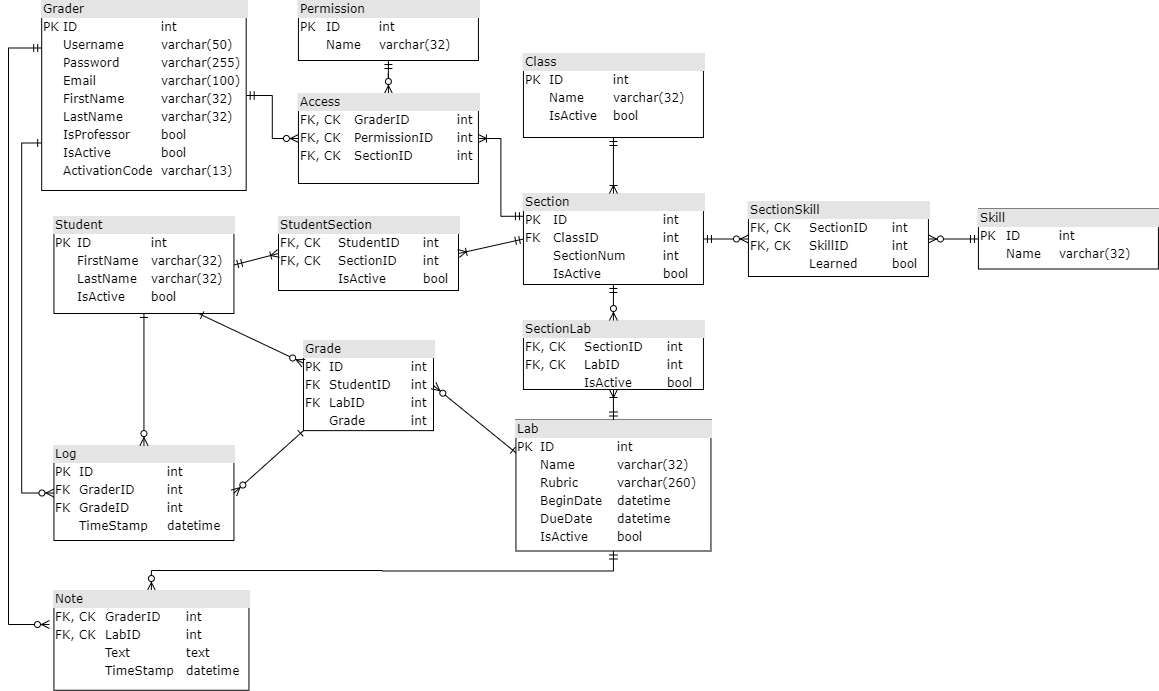
larissaford/Agile-Experience-5 keeps this draw.io diagram as Database Schema and Scripts/SIGradingToolDatabaseDiagram.png. Above is the earlier version. Source tidied: cells renumbered, new cells last; positions are measured from the earlier drawing's top-left corner, leaving out a move shared by most shapes.
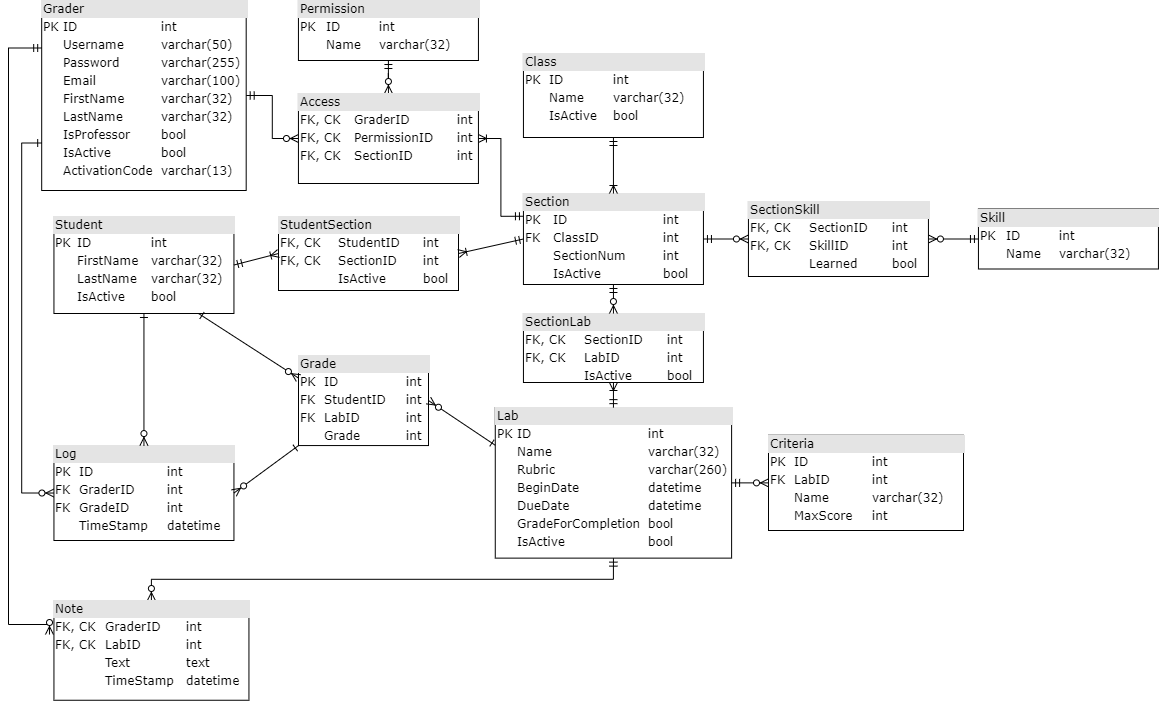
Later version of the same file.

Commit message:
Added to database schema and related files

The edit, as a diff of the source:
```diff
@@ -29,8 +29,8 @@
     <mxCell id="10" style="edgeStyle=orthogonalEdgeStyle;rounded=0;jettySize=auto;html=1;exitX=0.5;exitY=1;exitDx=0;exitDy=0;startArrow=ERmandOne;startFill=0;endArrow=ERzeroToMany;endFill=1;" parent="1" edge="1" source="11" target="13">
       <mxGeometry relative="1" as="geometry" />
     </mxCell>
-    <mxCell id="11" value="&lt;div style=&quot;box-sizing: border-box ; width: 100% ; background: #e4e4e4 ; padding: 2px&quot;&gt;Lab&lt;/div&gt;&lt;table style=&quot;width: 100% ; font-size: 1em&quot; cellpadding=&quot;2&quot; cellspacing=&quot;0&quot;&gt;&lt;tbody&gt;&lt;tr&gt;&lt;td&gt;PK&lt;/td&gt;&lt;td&gt;ID&lt;/td&gt;&lt;td&gt;int&lt;/td&gt;&lt;/tr&gt;&lt;tr&gt;&lt;td&gt;&lt;br&gt;&lt;/td&gt;&lt;td&gt;Name&lt;/td&gt;&lt;td&gt;varchar(32)&lt;/td&gt;&lt;/tr&gt;&lt;tr&gt;&lt;td&gt;&lt;br&gt;&lt;/td&gt;&lt;td&gt;Rubric&lt;/td&gt;&lt;td&gt;varchar(260)&lt;/td&gt;&lt;/tr&gt;&lt;tr&gt;&lt;td&gt;&lt;br&gt;&lt;/td&gt;&lt;td&gt;BeginDate&lt;/td&gt;&lt;td&gt;datetime&lt;/td&gt;&lt;/tr&gt;&lt;tr&gt;&lt;td&gt;&lt;br&gt;&lt;/td&gt;&lt;td&gt;DueDate&lt;/td&gt;&lt;td&gt;datetime&lt;/td&gt;&lt;/tr&gt;&lt;tr&gt;&lt;td&gt;&lt;br&gt;&lt;/td&gt;&lt;td&gt;IsActive&lt;/td&gt;&lt;td&gt;bool&lt;/td&gt;&lt;/tr&gt;&lt;/tbody&gt;&lt;/table&gt;" style="verticalAlign=top;align=left;overflow=fill;html=1;rounded=0;shadow=0;comic=0;labelBackgroundColor=none;strokeWidth=1;fontFamily=Verdana;fontSize=12;" parent="1" vertex="1">
-      <mxGeometry x="507.4" y="419.5" width="195" height="131" as="geometry" />
+    <mxCell id="11" value="&lt;div style=&quot;box-sizing: border-box ; width: 100% ; background: #e4e4e4 ; padding: 2px&quot;&gt;Lab&lt;/div&gt;&lt;table style=&quot;width: 100% ; font-size: 1em&quot; cellpadding=&quot;2&quot; cellspacing=&quot;0&quot;&gt;&lt;tbody&gt;&lt;tr&gt;&lt;td&gt;PK&lt;/td&gt;&lt;td&gt;ID&lt;/td&gt;&lt;td&gt;int&lt;/td&gt;&lt;/tr&gt;&lt;tr&gt;&lt;td&gt;&lt;br&gt;&lt;/td&gt;&lt;td&gt;Name&lt;/td&gt;&lt;td&gt;varchar(32)&lt;/td&gt;&lt;/tr&gt;&lt;tr&gt;&lt;td&gt;&lt;br&gt;&lt;/td&gt;&lt;td&gt;Rubric&lt;/td&gt;&lt;td&gt;varchar(260)&lt;/td&gt;&lt;/tr&gt;&lt;tr&gt;&lt;td&gt;&lt;br&gt;&lt;/td&gt;&lt;td&gt;BeginDate&lt;/td&gt;&lt;td&gt;datetime&lt;/td&gt;&lt;/tr&gt;&lt;tr&gt;&lt;td&gt;&lt;br&gt;&lt;/td&gt;&lt;td&gt;DueDate&lt;/td&gt;&lt;td&gt;datetime&lt;/td&gt;&lt;/tr&gt;&lt;tr&gt;&lt;td&gt;&lt;br&gt;&lt;/td&gt;&lt;td&gt;GradeForCompletion&lt;/td&gt;&lt;td&gt;bool&lt;/td&gt;&lt;/tr&gt;&lt;tr&gt;&lt;td&gt;&lt;br&gt;&lt;/td&gt;&lt;td&gt;IsActive&lt;/td&gt;&lt;td&gt;bool&lt;/td&gt;&lt;/tr&gt;&lt;/tbody&gt;&lt;/table&gt;" style="verticalAlign=top;align=left;overflow=fill;html=1;rounded=0;shadow=0;comic=0;labelBackgroundColor=none;strokeWidth=1;fontFamily=Verdana;fontSize=12;" parent="1" vertex="1">
+      <mxGeometry x="486.8" y="407.1" width="236.3" height="150.5" as="geometry" />
     </mxCell>
     <mxCell id="12" style="edgeStyle=orthogonalEdgeStyle;rounded=0;jettySize=auto;html=1;startArrow=ERzeroToMany;startFill=1;endArrow=ERmandOne;endFill=0;entryX=0;entryY=0.25;entryDx=0;entryDy=0;exitX=-0.023;exitY=0.341;exitDx=0;exitDy=0;exitPerimeter=0;" parent="1" edge="1" source="13" target="7">
       <mxGeometry relative="1" as="geometry">
@@ -41,10 +41,10 @@
       </mxGeometry>
     </mxCell>
     <mxCell id="13" value="&lt;div style=&quot;box-sizing: border-box ; width: 100% ; background: #e4e4e4 ; padding: 2px&quot;&gt;Note&lt;/div&gt;&lt;table style=&quot;width: 100% ; font-size: 1em&quot; cellpadding=&quot;2&quot; cellspacing=&quot;0&quot;&gt;&lt;tbody&gt;&lt;tr&gt;&lt;td&gt;FK, CK&lt;/td&gt;&lt;td&gt;GraderID&lt;/td&gt;&lt;td&gt;int&lt;/td&gt;&lt;/tr&gt;&lt;tr&gt;&lt;td&gt;FK, CK&lt;/td&gt;&lt;td&gt;LabID&lt;/td&gt;&lt;td&gt;int&lt;/td&gt;&lt;/tr&gt;&lt;tr&gt;&lt;td&gt;&lt;br&gt;&lt;/td&gt;&lt;td&gt;Text&lt;/td&gt;&lt;td&gt;text&lt;/td&gt;&lt;/tr&gt;&lt;tr&gt;&lt;td&gt;&lt;br&gt;&lt;/td&gt;&lt;td&gt;TimeStamp&lt;/td&gt;&lt;td&gt;datetime&lt;/td&gt;&lt;/tr&gt;&lt;/tbody&gt;&lt;/table&gt;" style="verticalAlign=top;align=left;overflow=fill;html=1;rounded=0;shadow=0;comic=0;labelBackgroundColor=none;strokeWidth=1;fontFamily=Verdana;fontSize=12;" parent="1" vertex="1">
-      <mxGeometry x="45.4" y="590" width="195" height="99.8" as="geometry" />
+      <mxGeometry x="45.4" y="600" width="195" height="99.8" as="geometry" />
     </mxCell>
     <mxCell id="14" value="&lt;div style=&quot;box-sizing: border-box ; width: 100% ; background: #e4e4e4 ; padding: 2px&quot;&gt;SectionLab&lt;/div&gt;&lt;table style=&quot;width: 100% ; font-size: 1em&quot; cellpadding=&quot;2&quot; cellspacing=&quot;0&quot;&gt;&lt;tbody&gt;&lt;tr&gt;&lt;td&gt;FK, CK&lt;/td&gt;&lt;td&gt;SectionID&lt;/td&gt;&lt;td&gt;int&lt;/td&gt;&lt;/tr&gt;&lt;tr&gt;&lt;td&gt;FK, CK&lt;/td&gt;&lt;td&gt;LabID&lt;/td&gt;&lt;td&gt;int&lt;/td&gt;&lt;/tr&gt;&lt;tr&gt;&lt;td&gt;&lt;br&gt;&lt;/td&gt;&lt;td&gt;IsActive&lt;/td&gt;&lt;td&gt;bool&lt;/td&gt;&lt;/tr&gt;&lt;/tbody&gt;&lt;/table&gt;" style="verticalAlign=top;align=left;overflow=fill;html=1;rounded=0;shadow=0;comic=0;labelBackgroundColor=none;strokeWidth=1;fontFamily=Verdana;fontSize=12;" parent="1" vertex="1">
-      <mxGeometry x="514.9" y="320" width="180" height="69" as="geometry" />
+      <mxGeometry x="514.9" y="313" width="180" height="69" as="geometry" />
     </mxCell>
     <mxCell id="15" style="endArrow=ERmandOne;startArrow=ERzeroToMany;html=1;startFill=1;endFill=0;exitX=0.5;exitY=0;exitDx=0;exitDy=0;entryX=0.5;entryY=1;entryDx=0;entryDy=0;" parent="1" edge="1" source="14" target="4">
       <mxGeometry relative="1" as="geometry" />
@@ -92,7 +92,7 @@
       <mxGeometry x="289.9" y="93" width="180" height="90" as="geometry" />
     </mxCell>
     <mxCell id="30" value="&lt;div style=&quot;box-sizing: border-box ; width: 100% ; background: #e4e4e4 ; padding: 2px&quot;&gt;Grade&lt;/div&gt;&lt;table style=&quot;width: 100% ; font-size: 1em&quot; cellpadding=&quot;2&quot; cellspacing=&quot;0&quot;&gt;&lt;tbody&gt;&lt;tr&gt;&lt;td&gt;PK&lt;/td&gt;&lt;td&gt;ID&lt;/td&gt;&lt;td&gt;int&lt;/td&gt;&lt;/tr&gt;&lt;tr&gt;&lt;td&gt;FK&lt;/td&gt;&lt;td&gt;StudentID&lt;/td&gt;&lt;td&gt;int&lt;/td&gt;&lt;/tr&gt;&lt;tr&gt;&lt;td&gt;FK&lt;/td&gt;&lt;td&gt;LabID&lt;/td&gt;&lt;td&gt;int&lt;/td&gt;&lt;/tr&gt;&lt;tr&gt;&lt;td&gt;&lt;br&gt;&lt;/td&gt;&lt;td&gt;Grade&lt;/td&gt;&lt;td&gt;int&lt;/td&gt;&lt;/tr&gt;&lt;/tbody&gt;&lt;/table&gt;" style="verticalAlign=top;align=left;overflow=fill;html=1;rounded=0;shadow=0;comic=0;labelBackgroundColor=none;strokeWidth=1;fontFamily=Verdana;fontSize=12;" parent="1" vertex="1">
-      <mxGeometry x="295" y="340.1" width="130" height="90" as="geometry" />
+      <mxGeometry x="290" y="355.1" width="130" height="90" as="geometry" />
     </mxCell>
     <mxCell id="31" style="endArrow=ERzeroToMany;startArrow=ERone;html=1;startFill=0;endFill=1;exitX=0;exitY=0.25;exitDx=0;exitDy=0;entryX=1;entryY=0.5;entryDx=0;entryDy=0;" parent="1" edge="1" source="11" target="30">
       <mxGeometry relative="1" as="geometry" />
@@ -102,5 +102,11 @@
         <mxPoint x="190" y="313" as="sourcePoint" />
       </mxGeometry>
     </mxCell>
+    <mxCell id="33" value="&lt;div style=&quot;box-sizing: border-box ; width: 100% ; background: #e4e4e4 ; padding: 2px&quot;&gt;Criteria&lt;/div&gt;&lt;table style=&quot;width: 100% ; font-size: 1em&quot; cellpadding=&quot;2&quot; cellspacing=&quot;0&quot;&gt;&lt;tbody&gt;&lt;tr&gt;&lt;td&gt;PK&lt;/td&gt;&lt;td&gt;ID&lt;/td&gt;&lt;td&gt;int&lt;/td&gt;&lt;/tr&gt;&lt;tr&gt;&lt;td&gt;FK&lt;/td&gt;&lt;td&gt;LabID&lt;/td&gt;&lt;td&gt;int&lt;/td&gt;&lt;/tr&gt;&lt;tr&gt;&lt;td&gt;&lt;br&gt;&lt;/td&gt;&lt;td&gt;Name&lt;/td&gt;&lt;td&gt;varchar(32)&lt;/td&gt;&lt;/tr&gt;&lt;tr&gt;&lt;td&gt;&lt;br&gt;&lt;/td&gt;&lt;td&gt;MaxScore&lt;/td&gt;&lt;td&gt;int&lt;/td&gt;&lt;/tr&gt;&lt;/tbody&gt;&lt;/table&gt;" style="verticalAlign=top;align=left;overflow=fill;html=1;rounded=0;shadow=0;comic=0;labelBackgroundColor=none;strokeWidth=1;fontFamily=Verdana;fontSize=12;" parent="1" vertex="1">
+      <mxGeometry x="760" y="434.8" width="195" height="95.2" as="geometry" />
+    </mxCell>
+    <mxCell id="34" style="edgeStyle=orthogonalEdgeStyle;rounded=0;jettySize=auto;html=1;exitX=1;exitY=0.5;exitDx=0;exitDy=0;startArrow=ERmandOne;startFill=0;endArrow=ERzeroToMany;endFill=1;entryX=0;entryY=0.5;entryDx=0;entryDy=0;" parent="1" edge="1" source="11" target="33">
+      <mxGeometry relative="1" as="geometry" />
+    </mxCell>
   </root>
 </mxGraphModel>
```
